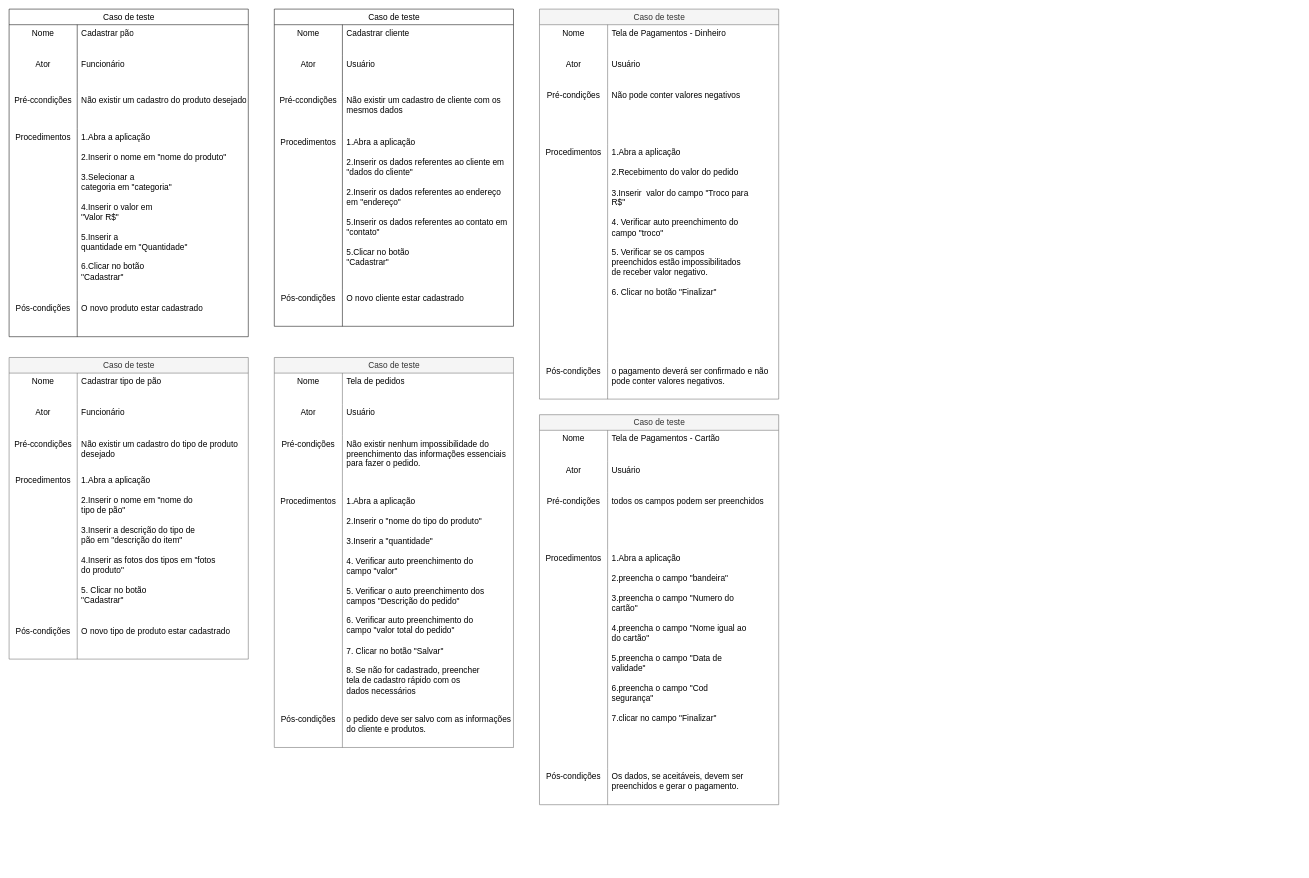
The draw.io diagram Diagramas/caso_de_teste.drawio in LeozinRomeiro/Modelagem_SENAI_CTM, before the edit. Source tidied: cells renumbered, new cells numbered last; positions are measured from the earlier drawing's top-left corner, leaving out a move shared by most shapes. Both pictures are drawn from the tidied source at 52%, with x=0, y=0 at pixel (9, 9).
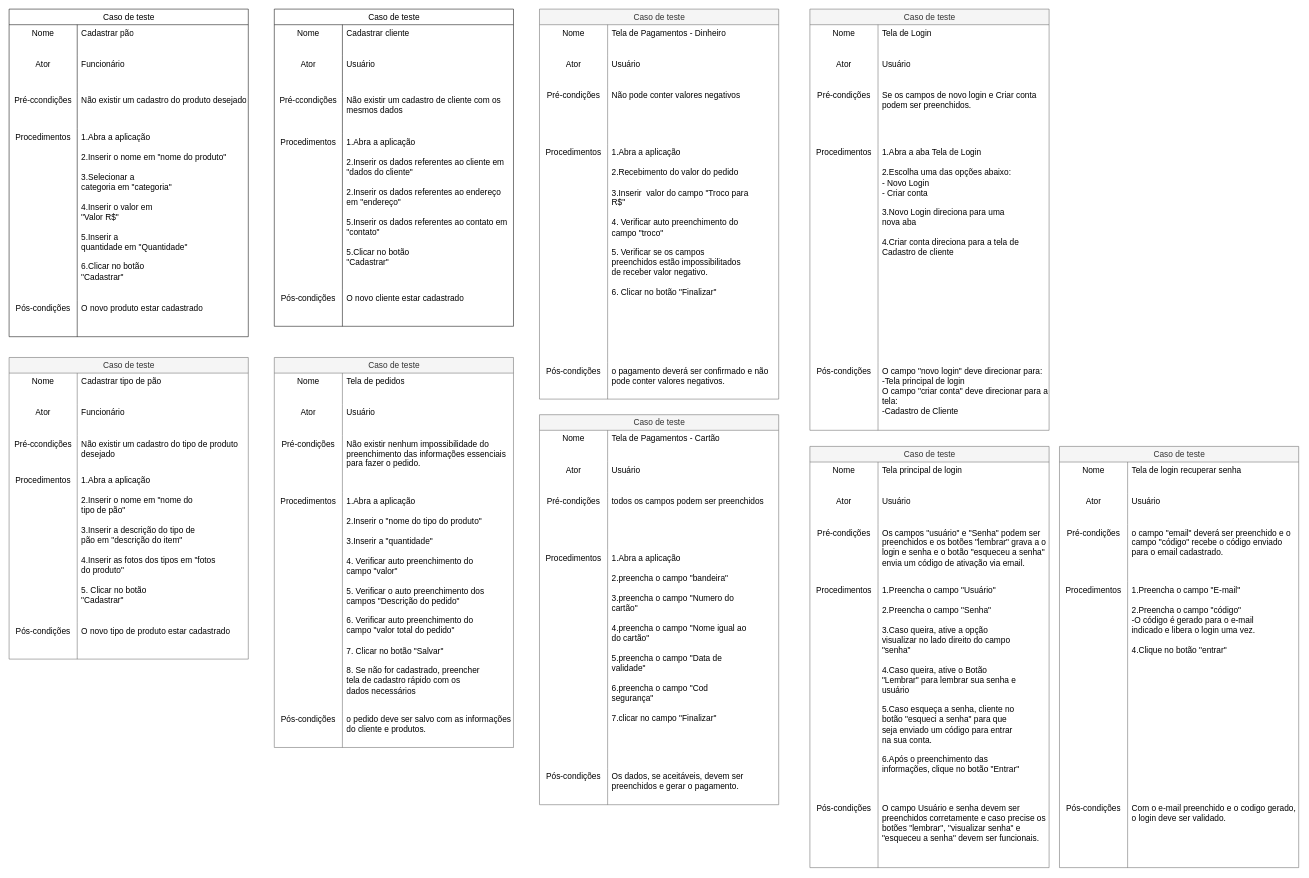
The same diagram, later.

Commit message:
caso_de_teste login 5.1

Change to the diagram source:
```diff
@@
+    <mxCell id="98" value="Caso de teste" style="shape=table;startSize=30;childLayout=tableLayout;rowLines=0;fontStyle=0;strokeColor=#666666;fontSize=16;fontFamily=Helvetica;fontColor=#333333;fillColor=#f5f5f5;html=1;perimeterSpacing=0;strokeWidth=1;" parent="1" vertex="1">
+      <mxGeometry x="1540" width="460" height="810" as="geometry" />
+    </mxCell>
+    <mxCell id="99" style="shape=tableRow;horizontal=0;startSize=0;swimlaneHead=0;swimlaneBody=0;top=0;left=0;bottom=0;right=0;fillColor=none;strokeColor=inherit;fontSize=16;fontFamily=Helvetica;fontColor=default;html=1;" parent="98" vertex="1">
+      <mxGeometry y="30" width="460" height="60" as="geometry" />
+    </mxCell>
+    <mxCell id="100" value="Nome" style="shape=partialRectangle;html=1;whiteSpace=wrap;fillColor=none;top=0;left=0;bottom=0;right=0;overflow=hidden;strokeColor=inherit;fontSize=16;fontFamily=Helvetica;fontColor=default;startSize=30;verticalAlign=top;" parent="99" vertex="1">
+      <mxGeometry width="131" height="60" as="geometry" />
+    </mxCell>
+    <mxCell id="101" value="Tela de Login" style="shape=partialRectangle;html=1;whiteSpace=wrap;fillColor=none;top=0;left=0;bottom=0;right=0;align=left;spacingLeft=6;overflow=hidden;strokeColor=inherit;fontSize=16;fontFamily=Helvetica;fontColor=default;startSize=30;verticalAlign=top;" parent="99" vertex="1">
+      <mxGeometry x="131" width="329" height="60" as="geometry" />
+    </mxCell>
+    <mxCell id="102" style="shape=tableRow;horizontal=0;startSize=0;swimlaneHead=0;swimlaneBody=0;top=0;left=0;bottom=0;right=0;fillColor=none;strokeColor=inherit;fontSize=16;fontFamily=Helvetica;fontColor=default;html=1;" parent="98" vertex="1">
+      <mxGeometry y="90" width="460" height="60" as="geometry" />
+    </mxCell>
+    <mxCell id="103" value="Ator" style="shape=partialRectangle;html=1;whiteSpace=wrap;fillColor=none;top=0;left=0;bottom=0;right=0;overflow=hidden;strokeColor=inherit;fontSize=16;fontFamily=Helvetica;fontColor=default;startSize=30;verticalAlign=top;" parent="102" vertex="1">
+      <mxGeometry width="131" height="60" as="geometry" />
+    </mxCell>
+    <mxCell id="104" value="Usuário" style="shape=partialRectangle;html=1;whiteSpace=wrap;fillColor=none;top=0;left=0;bottom=0;right=0;align=left;spacingLeft=6;overflow=hidden;strokeColor=inherit;fontSize=16;fontFamily=Helvetica;fontColor=default;startSize=30;verticalAlign=top;" parent="102" vertex="1">
+      <mxGeometry x="131" width="329" height="60" as="geometry" />
+    </mxCell>
+    <mxCell id="105" style="shape=tableRow;horizontal=0;startSize=0;swimlaneHead=0;swimlaneBody=0;top=0;left=0;bottom=0;right=0;fillColor=none;strokeColor=inherit;fontSize=16;fontFamily=Helvetica;fontColor=default;html=1;" parent="98" vertex="1">
+      <mxGeometry y="150" width="460" height="110" as="geometry" />
+    </mxCell>
+    <mxCell id="106" value="Pré-condições" style="shape=partialRectangle;html=1;whiteSpace=wrap;fillColor=none;top=0;left=0;bottom=0;right=0;overflow=hidden;strokeColor=inherit;fontSize=16;fontFamily=Helvetica;fontColor=default;startSize=30;verticalAlign=top;" parent="105" vertex="1">
+      <mxGeometry width="131" height="110" as="geometry" />
+    </mxCell>
+    <mxCell id="107" value="Se os campos de novo login e Criar conta podem ser preenchidos." style="shape=partialRectangle;html=1;whiteSpace=wrap;fillColor=none;top=0;left=0;bottom=0;right=0;align=left;spacingLeft=6;overflow=hidden;strokeColor=inherit;fontSize=16;fontFamily=Helvetica;fontColor=default;startSize=30;verticalAlign=top;" parent="105" vertex="1">
+      <mxGeometry x="131" width="329" height="110" as="geometry" />
+    </mxCell>
+    <mxCell id="108" style="shape=tableRow;horizontal=0;startSize=0;swimlaneHead=0;swimlaneBody=0;top=0;left=0;bottom=0;right=0;fillColor=none;strokeColor=inherit;fontSize=16;fontFamily=Helvetica;fontColor=default;html=1;" parent="98" vertex="1">
+      <mxGeometry y="260" width="460" height="420" as="geometry" />
+    </mxCell>
+    <mxCell id="109" value="Procedimentos" style="shape=partialRectangle;html=1;whiteSpace=wrap;fillColor=none;top=0;left=0;bottom=0;right=0;overflow=hidden;strokeColor=inherit;fontSize=16;fontFamily=Helvetica;fontColor=default;startSize=30;verticalAlign=top;" parent="108" vertex="1">
+      <mxGeometry width="131" height="420" as="geometry" />
+    </mxCell>
+    <mxCell id="110" value="1.Abra a aba Tela de Login&lt;br&gt;&lt;br&gt;&lt;table style=&quot;border-collapse:&lt;br/&gt; collapse;width:200pt&quot; width=&quot;267&quot; cellspacing=&quot;0&quot; cellpadding=&quot;0&quot; border=&quot;0&quot;&gt;&lt;tbody&gt;&lt;tr style=&quot;height:15.0pt&quot; height=&quot;20&quot;&gt;  &lt;td style=&quot;height:15.0pt;width:200pt&quot; width=&quot;267&quot; height=&quot;20&quot;&gt;2.Escolha uma das opções abaixo:&lt;br&gt;- Novo Login&lt;br&gt;- Criar conta&lt;br&gt;&lt;br&gt;&lt;table style=&quot;border-collapse:&lt;br/&gt; collapse;width:200pt&quot; width=&quot;267&quot; cellspacing=&quot;0&quot; cellpadding=&quot;0&quot; border=&quot;0&quot;&gt;&lt;tbody&gt;&lt;tr style=&quot;height:15.0pt&quot; height=&quot;20&quot;&gt;  &lt;td style=&quot;height:15.0pt;width:200pt&quot; width=&quot;267&quot; height=&quot;20&quot;&gt;3.Novo Login direciona para uma nova aba&lt;br&gt;&lt;br&gt;4.Criar conta direciona para a tela de Cadastro de cliente&lt;br&gt;&lt;br&gt;&lt;br&gt;&lt;/td&gt;&lt;/tr&gt;&lt;/tbody&gt;&lt;/table&gt;&lt;/td&gt;&lt;/tr&gt;&lt;/tbody&gt;&lt;/table&gt;" style="shape=partialRectangle;html=1;whiteSpace=wrap;fillColor=none;top=0;left=0;bottom=0;right=0;align=left;spacingLeft=6;overflow=hidden;strokeColor=inherit;fontSize=16;fontFamily=Helvetica;fontColor=default;startSize=30;verticalAlign=top;" parent="108" vertex="1">
+      <mxGeometry x="131" width="329" height="420" as="geometry" />
+    </mxCell>
+    <mxCell id="111" style="shape=tableRow;horizontal=0;startSize=0;swimlaneHead=0;swimlaneBody=0;top=0;left=0;bottom=0;right=0;fillColor=none;strokeColor=inherit;fontSize=16;fontFamily=Helvetica;fontColor=default;html=1;" parent="98" vertex="1">
+      <mxGeometry y="680" width="460" height="130" as="geometry" />
+    </mxCell>
+    <mxCell id="112" value="Pós-condições" style="shape=partialRectangle;html=1;whiteSpace=wrap;fillColor=none;top=0;left=0;bottom=0;right=0;overflow=hidden;strokeColor=inherit;fontSize=16;fontFamily=Helvetica;fontColor=default;startSize=30;verticalAlign=top;" parent="111" vertex="1">
+      <mxGeometry width="131" height="130" as="geometry" />
+    </mxCell>
+    <mxCell id="113" value="O campo &quot;novo login&quot; deve direcionar para:&lt;br&gt;-Tela principal de login&lt;br&gt;O campo &quot;criar conta&quot; deve direcionar para a tela:&lt;br&gt;-Cadastro de Cliente" style="shape=partialRectangle;html=1;whiteSpace=wrap;fillColor=none;top=0;left=0;bottom=0;right=0;align=left;spacingLeft=6;overflow=hidden;strokeColor=inherit;fontSize=16;fontFamily=Helvetica;fontColor=default;startSize=30;verticalAlign=top;perimeterSpacing=1;strokeWidth=5;" parent="111" vertex="1">
+      <mxGeometry x="131" width="329" height="130" as="geometry" />
+    </mxCell>
+    <mxCell id="114" value="Caso de teste" style="shape=table;startSize=30;childLayout=tableLayout;rowLines=0;fontStyle=0;strokeColor=#666666;fontSize=16;fontFamily=Helvetica;fontColor=#333333;fillColor=#f5f5f5;html=1;perimeterSpacing=0;strokeWidth=1;" parent="1" vertex="1">
+      <mxGeometry x="1540" y="841" width="460" height="810" as="geometry" />
+    </mxCell>
+    <mxCell id="115" style="shape=tableRow;horizontal=0;startSize=0;swimlaneHead=0;swimlaneBody=0;top=0;left=0;bottom=0;right=0;fillColor=none;strokeColor=inherit;fontSize=16;fontFamily=Helvetica;fontColor=default;html=1;" parent="114" vertex="1">
+      <mxGeometry y="30" width="460" height="60" as="geometry" />
+    </mxCell>
+    <mxCell id="116" value="Nome" style="shape=partialRectangle;html=1;whiteSpace=wrap;fillColor=none;top=0;left=0;bottom=0;right=0;overflow=hidden;strokeColor=inherit;fontSize=16;fontFamily=Helvetica;fontColor=default;startSize=30;verticalAlign=top;" parent="115" vertex="1">
+      <mxGeometry width="131" height="60" as="geometry" />
+    </mxCell>
+    <mxCell id="117" value="Tela principal de login" style="shape=partialRectangle;html=1;whiteSpace=wrap;fillColor=none;top=0;left=0;bottom=0;right=0;align=left;spacingLeft=6;overflow=hidden;strokeColor=inherit;fontSize=16;fontFamily=Helvetica;fontColor=default;startSize=30;verticalAlign=top;" parent="115" vertex="1">
+      <mxGeometry x="131" width="329" height="60" as="geometry" />
+    </mxCell>
+    <mxCell id="118" style="shape=tableRow;horizontal=0;startSize=0;swimlaneHead=0;swimlaneBody=0;top=0;left=0;bottom=0;right=0;fillColor=none;strokeColor=inherit;fontSize=16;fontFamily=Helvetica;fontColor=default;html=1;" parent="114" vertex="1">
+      <mxGeometry y="90" width="460" height="60" as="geometry" />
+    </mxCell>
+    <mxCell id="119" value="Ator" style="shape=partialRectangle;html=1;whiteSpace=wrap;fillColor=none;top=0;left=0;bottom=0;right=0;overflow=hidden;strokeColor=inherit;fontSize=16;fontFamily=Helvetica;fontColor=default;startSize=30;verticalAlign=top;" parent="118" vertex="1">
+      <mxGeometry width="131" height="60" as="geometry" />
+    </mxCell>
+    <mxCell id="120" value="Usuário" style="shape=partialRectangle;html=1;whiteSpace=wrap;fillColor=none;top=0;left=0;bottom=0;right=0;align=left;spacingLeft=6;overflow=hidden;strokeColor=inherit;fontSize=16;fontFamily=Helvetica;fontColor=default;startSize=30;verticalAlign=top;" parent="118" vertex="1">
+      <mxGeometry x="131" width="329" height="60" as="geometry" />
+    </mxCell>
+    <mxCell id="121" style="shape=tableRow;horizontal=0;startSize=0;swimlaneHead=0;swimlaneBody=0;top=0;left=0;bottom=0;right=0;fillColor=none;strokeColor=inherit;fontSize=16;fontFamily=Helvetica;fontColor=default;html=1;" parent="114" vertex="1">
+      <mxGeometry y="150" width="460" height="110" as="geometry" />
+    </mxCell>
+    <mxCell id="122" value="Pré-condições" style="shape=partialRectangle;html=1;whiteSpace=wrap;fillColor=none;top=0;left=0;bottom=0;right=0;overflow=hidden;strokeColor=inherit;fontSize=16;fontFamily=Helvetica;fontColor=default;startSize=30;verticalAlign=top;" parent="121" vertex="1">
+      <mxGeometry width="131" height="110" as="geometry" />
+    </mxCell>
+    <mxCell id="123" value="Os campos &quot;usuário&quot; e &quot;Senha&quot; podem ser preenchidos e os botões &quot;lembrar&quot; grava a o login e senha e o botão &quot;esqueceu a senha&quot; envia um código de ativação via email." style="shape=partialRectangle;html=1;whiteSpace=wrap;fillColor=none;top=0;left=0;bottom=0;right=0;align=left;spacingLeft=6;overflow=hidden;strokeColor=inherit;fontSize=16;fontFamily=Helvetica;fontColor=default;startSize=30;verticalAlign=top;" parent="121" vertex="1">
+      <mxGeometry x="131" width="329" height="110" as="geometry" />
+    </mxCell>
+    <mxCell id="124" style="shape=tableRow;horizontal=0;startSize=0;swimlaneHead=0;swimlaneBody=0;top=0;left=0;bottom=0;right=0;fillColor=none;strokeColor=inherit;fontSize=16;fontFamily=Helvetica;fontColor=default;html=1;" parent="114" vertex="1">
+      <mxGeometry y="260" width="460" height="420" as="geometry" />
+    </mxCell>
+    <mxCell id="125" value="Procedimentos" style="shape=partialRectangle;html=1;whiteSpace=wrap;fillColor=none;top=0;left=0;bottom=0;right=0;overflow=hidden;strokeColor=inherit;fontSize=16;fontFamily=Helvetica;fontColor=default;startSize=30;verticalAlign=top;" parent="124" vertex="1">
+      <mxGeometry width="131" height="420" as="geometry" />
+    </mxCell>
+    <mxCell id="126" value="1.Preencha o campo &quot;Usuário&quot;&amp;nbsp;&lt;br&gt;&lt;br&gt;&lt;table style=&quot;border-collapse:&lt;br/&gt; collapse;width:200pt&quot; width=&quot;267&quot; cellspacing=&quot;0&quot; cellpadding=&quot;0&quot; border=&quot;0&quot;&gt;&lt;tbody&gt;&lt;tr style=&quot;height:15.0pt&quot; height=&quot;20&quot;&gt;  &lt;td style=&quot;height:15.0pt;width:200pt&quot; width=&quot;267&quot; height=&quot;20&quot;&gt;2.Preencha o campo &quot;Senha&quot;&lt;br&gt;&lt;br&gt;&lt;table style=&quot;border-collapse:&lt;br/&gt; collapse;width:200pt&quot; width=&quot;267&quot; cellspacing=&quot;0&quot; cellpadding=&quot;0&quot; border=&quot;0&quot;&gt;&lt;tbody&gt;&lt;tr style=&quot;height:15.0pt&quot; height=&quot;20&quot;&gt;  &lt;td style=&quot;height:15.0pt;width:200pt&quot; width=&quot;267&quot; height=&quot;20&quot;&gt;3.Caso queira, ative a opção visualizar no lado direito do campo &quot;senha&quot;&lt;br&gt;&lt;br&gt;4.Caso queira, ative o Botão &quot;Lembrar&quot; para lembrar sua senha e usuário&lt;br&gt;&lt;br&gt;5.Caso esqueça a senha, cliente no botão &quot;esqueci a senha&quot; para que seja enviado um código para entrar na sua conta.&lt;br&gt;&lt;br&gt;6.Após o preenchimento das informações, clique no botão &quot;Entrar&quot;&lt;br&gt;&lt;br&gt;&lt;/td&gt;&lt;/tr&gt;&lt;/tbody&gt;&lt;/table&gt;&lt;/td&gt;&lt;/tr&gt;&lt;/tbody&gt;&lt;/table&gt;" style="shape=partialRectangle;html=1;whiteSpace=wrap;fillColor=none;top=0;left=0;bottom=0;right=0;align=left;spacingLeft=6;overflow=hidden;strokeColor=inherit;fontSize=16;fontFamily=Helvetica;fontColor=default;startSize=30;verticalAlign=top;" parent="124" vertex="1">
+      <mxGeometry x="131" width="329" height="420" as="geometry" />
+    </mxCell>
+    <mxCell id="127" style="shape=tableRow;horizontal=0;startSize=0;swimlaneHead=0;swimlaneBody=0;top=0;left=0;bottom=0;right=0;fillColor=none;strokeColor=inherit;fontSize=16;fontFamily=Helvetica;fontColor=default;html=1;" parent="114" vertex="1">
+      <mxGeometry y="680" width="460" height="130" as="geometry" />
+    </mxCell>
+    <mxCell id="128" value="Pós-condições" style="shape=partialRectangle;html=1;whiteSpace=wrap;fillColor=none;top=0;left=0;bottom=0;right=0;overflow=hidden;strokeColor=inherit;fontSize=16;fontFamily=Helvetica;fontColor=default;startSize=30;verticalAlign=top;" parent="127" vertex="1">
+      <mxGeometry width="131" height="130" as="geometry" />
+    </mxCell>
+    <mxCell id="129" value="O campo Usuário e senha devem ser preenchidos corretamente e caso precise os botões &quot;lembrar&quot;, &quot;visualizar senha&quot; e &quot;esqueceu a senha&quot; devem ser funcionais.&amp;nbsp;" style="shape=partialRectangle;html=1;whiteSpace=wrap;fillColor=none;top=0;left=0;bottom=0;right=0;align=left;spacingLeft=6;overflow=hidden;strokeColor=inherit;fontSize=16;fontFamily=Helvetica;fontColor=default;startSize=30;verticalAlign=top;perimeterSpacing=1;strokeWidth=5;" parent="127" vertex="1">
+      <mxGeometry x="131" width="329" height="130" as="geometry" />
+    </mxCell>
+    <mxCell id="130" value="Caso de teste" style="shape=table;startSize=30;childLayout=tableLayout;rowLines=0;fontStyle=0;strokeColor=#666666;fontSize=16;fontFamily=Helvetica;fontColor=#333333;fillColor=#f5f5f5;html=1;perimeterSpacing=0;strokeWidth=1;" parent="1" vertex="1">
+      <mxGeometry x="2020" y="841" width="460" height="810" as="geometry" />
+    </mxCell>
+    <mxCell id="131" style="shape=tableRow;horizontal=0;startSize=0;swimlaneHead=0;swimlaneBody=0;top=0;left=0;bottom=0;right=0;fillColor=none;strokeColor=inherit;fontSize=16;fontFamily=Helvetica;fontColor=default;html=1;" parent="130" vertex="1">
+      <mxGeometry y="30" width="460" height="60" as="geometry" />
+    </mxCell>
+    <mxCell id="132" value="Nome" style="shape=partialRectangle;html=1;whiteSpace=wrap;fillColor=none;top=0;left=0;bottom=0;right=0;overflow=hidden;strokeColor=inherit;fontSize=16;fontFamily=Helvetica;fontColor=default;startSize=30;verticalAlign=top;" parent="131" vertex="1">
+      <mxGeometry width="131" height="60" as="geometry" />
+    </mxCell>
+    <mxCell id="133" value="Tela de login recuperar senha&amp;nbsp;" style="shape=partialRectangle;html=1;whiteSpace=wrap;fillColor=none;top=0;left=0;bottom=0;right=0;align=left;spacingLeft=6;overflow=hidden;strokeColor=inherit;fontSize=16;fontFamily=Helvetica;fontColor=default;startSize=30;verticalAlign=top;" parent="131" vertex="1">
+      <mxGeometry x="131" width="329" height="60" as="geometry" />
+    </mxCell>
+    <mxCell id="134" style="shape=tableRow;horizontal=0;startSize=0;swimlaneHead=0;swimlaneBody=0;top=0;left=0;bottom=0;right=0;fillColor=none;strokeColor=inherit;fontSize=16;fontFamily=Helvetica;fontColor=default;html=1;" parent="130" vertex="1">
+      <mxGeometry y="90" width="460" height="60" as="geometry" />
+    </mxCell>
+    <mxCell id="135" value="Ator" style="shape=partialRectangle;html=1;whiteSpace=wrap;fillColor=none;top=0;left=0;bottom=0;right=0;overflow=hidden;strokeColor=inherit;fontSize=16;fontFamily=Helvetica;fontColor=default;startSize=30;verticalAlign=top;" parent="134" vertex="1">
+      <mxGeometry width="131" height="60" as="geometry" />
+    </mxCell>
+    <mxCell id="136" value="Usuário" style="shape=partialRectangle;html=1;whiteSpace=wrap;fillColor=none;top=0;left=0;bottom=0;right=0;align=left;spacingLeft=6;overflow=hidden;strokeColor=inherit;fontSize=16;fontFamily=Helvetica;fontColor=default;startSize=30;verticalAlign=top;" parent="134" vertex="1">
+      <mxGeometry x="131" width="329" height="60" as="geometry" />
+    </mxCell>
+    <mxCell id="137" style="shape=tableRow;horizontal=0;startSize=0;swimlaneHead=0;swimlaneBody=0;top=0;left=0;bottom=0;right=0;fillColor=none;strokeColor=inherit;fontSize=16;fontFamily=Helvetica;fontColor=default;html=1;" parent="130" vertex="1">
+      <mxGeometry y="150" width="460" height="110" as="geometry" />
+    </mxCell>
+    <mxCell id="138" value="Pré-condições" style="shape=partialRectangle;html=1;whiteSpace=wrap;fillColor=none;top=0;left=0;bottom=0;right=0;overflow=hidden;strokeColor=inherit;fontSize=16;fontFamily=Helvetica;fontColor=default;startSize=30;verticalAlign=top;" parent="137" vertex="1">
+      <mxGeometry width="131" height="110" as="geometry" />
+    </mxCell>
+    <mxCell id="139" value="o campo &quot;email&quot; deverá ser preenchido e o campo &quot;código&quot; recebe o código enviado para o email cadastrado." style="shape=partialRectangle;html=1;whiteSpace=wrap;fillColor=none;top=0;left=0;bottom=0;right=0;align=left;spacingLeft=6;overflow=hidden;strokeColor=inherit;fontSize=16;fontFamily=Helvetica;fontColor=default;startSize=30;verticalAlign=top;" parent="137" vertex="1">
+      <mxGeometry x="131" width="329" height="110" as="geometry" />
+    </mxCell>
+    <mxCell id="140" style="shape=tableRow;horizontal=0;startSize=0;swimlaneHead=0;swimlaneBody=0;top=0;left=0;bottom=0;right=0;fillColor=none;strokeColor=inherit;fontSize=16;fontFamily=Helvetica;fontColor=default;html=1;" parent="130" vertex="1">
+      <mxGeometry y="260" width="460" height="420" as="geometry" />
+    </mxCell>
+    <mxCell id="141" value="Procedimentos" style="shape=partialRectangle;html=1;whiteSpace=wrap;fillColor=none;top=0;left=0;bottom=0;right=0;overflow=hidden;strokeColor=inherit;fontSize=16;fontFamily=Helvetica;fontColor=default;startSize=30;verticalAlign=top;" parent="140" vertex="1">
+      <mxGeometry width="131" height="420" as="geometry" />
+    </mxCell>
+    <mxCell id="142" value="1.Preencha o campo &quot;E-mail&quot;&amp;nbsp;&lt;br&gt;&lt;br&gt;&lt;table style=&quot;border-collapse:&lt;br/&gt; collapse;width:200pt&quot; width=&quot;267&quot; cellspacing=&quot;0&quot; cellpadding=&quot;0&quot; border=&quot;0&quot;&gt;&lt;tbody&gt;&lt;tr style=&quot;height:15.0pt&quot; height=&quot;20&quot;&gt;  &lt;td style=&quot;height:15.0pt;width:200pt&quot; width=&quot;267&quot; height=&quot;20&quot;&gt;2.Preencha o campo &quot;código&quot;&lt;br&gt;-O código é gerado para o e-mail indicado e libera o login uma vez.&lt;br&gt;&lt;table style=&quot;border-collapse:&lt;br/&gt; collapse;width:200pt&quot; width=&quot;267&quot; cellspacing=&quot;0&quot; cellpadding=&quot;0&quot; border=&quot;0&quot;&gt;&lt;tbody&gt;&lt;tr style=&quot;height:15.0pt&quot; height=&quot;20&quot;&gt;  &lt;td style=&quot;height:15.0pt;width:200pt&quot; width=&quot;267&quot; height=&quot;20&quot;&gt;&lt;br&gt;4.Clique no botão &quot;entrar&quot;&lt;br&gt;&lt;br&gt;&lt;br&gt;&lt;br&gt;&lt;/td&gt;&lt;/tr&gt;&lt;/tbody&gt;&lt;/table&gt;&lt;/td&gt;&lt;/tr&gt;&lt;/tbody&gt;&lt;/table&gt;" style="shape=partialRectangle;html=1;whiteSpace=wrap;fillColor=none;top=0;left=0;bottom=0;right=0;align=left;spacingLeft=6;overflow=hidden;strokeColor=inherit;fontSize=16;fontFamily=Helvetica;fontColor=default;startSize=30;verticalAlign=top;" parent="140" vertex="1">
+      <mxGeometry x="131" width="329" height="420" as="geometry" />
+    </mxCell>
+    <mxCell id="143" style="shape=tableRow;horizontal=0;startSize=0;swimlaneHead=0;swimlaneBody=0;top=0;left=0;bottom=0;right=0;fillColor=none;strokeColor=inherit;fontSize=16;fontFamily=Helvetica;fontColor=default;html=1;" parent="130" vertex="1">
+      <mxGeometry y="680" width="460" height="130" as="geometry" />
+    </mxCell>
+    <mxCell id="144" value="Pós-condições" style="shape=partialRectangle;html=1;whiteSpace=wrap;fillColor=none;top=0;left=0;bottom=0;right=0;overflow=hidden;strokeColor=inherit;fontSize=16;fontFamily=Helvetica;fontColor=default;startSize=30;verticalAlign=top;" parent="143" vertex="1">
+      <mxGeometry width="131" height="130" as="geometry" />
+    </mxCell>
+    <mxCell id="145" value="Com o e-mail preenchido e o codigo gerado, o login deve ser validado." style="shape=partialRectangle;html=1;whiteSpace=wrap;fillColor=none;top=0;left=0;bottom=0;right=0;align=left;spacingLeft=6;overflow=hidden;strokeColor=inherit;fontSize=16;fontFamily=Helvetica;fontColor=default;startSize=30;verticalAlign=top;perimeterSpacing=1;strokeWidth=5;" parent="143" vertex="1">
+      <mxGeometry x="131" width="329" height="130" as="geometry" />
+    </mxCell>
```
